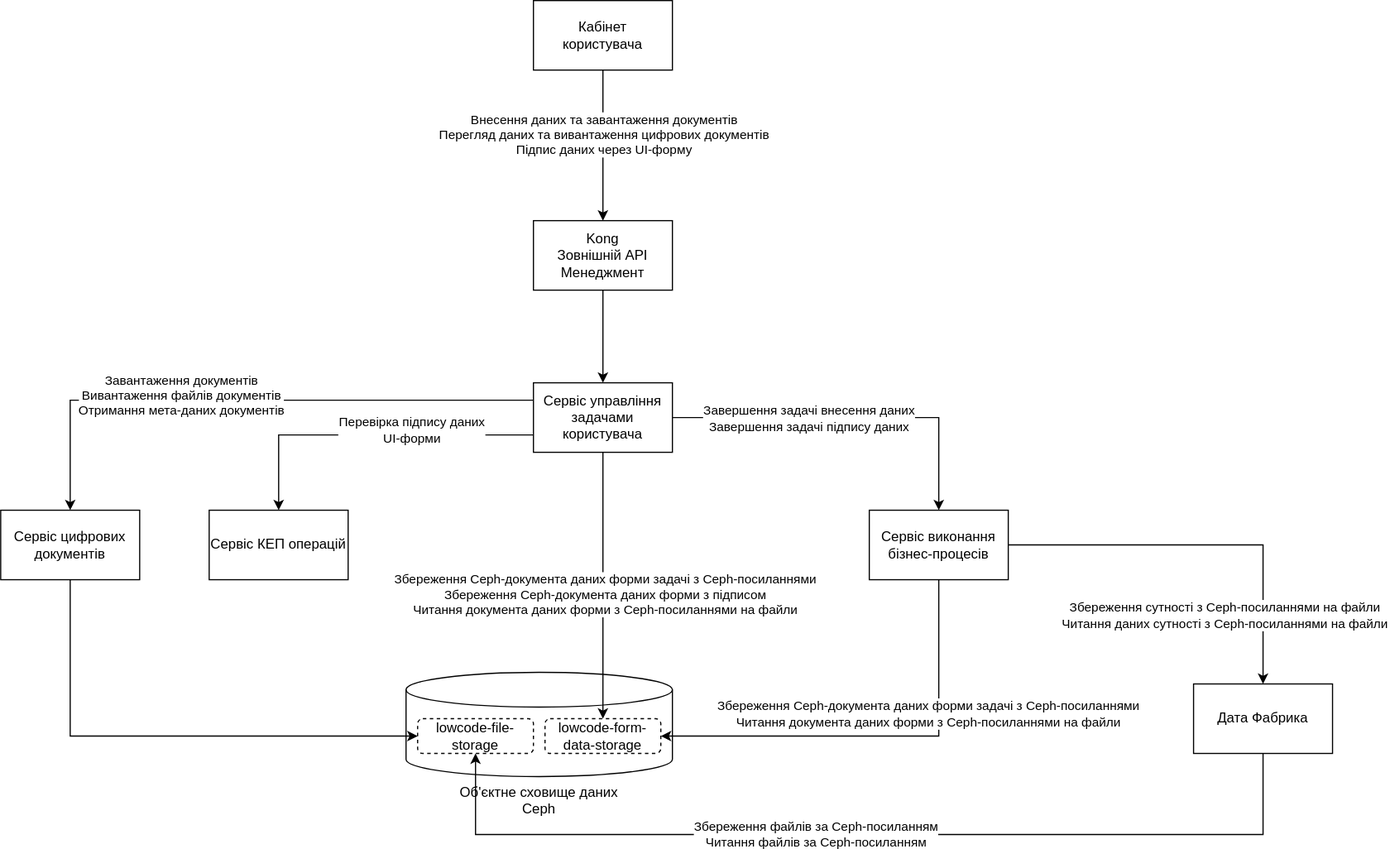
epam/edp-ddm-architecture keeps this draw.io diagram as modules/ROOT/images/lowcode/file-management.svg. Above is the earlier version. Source tidied: cells renumbered, new cells last; positions are measured from the earlier drawing's top-left corner, leaving out a move shared by most shapes.
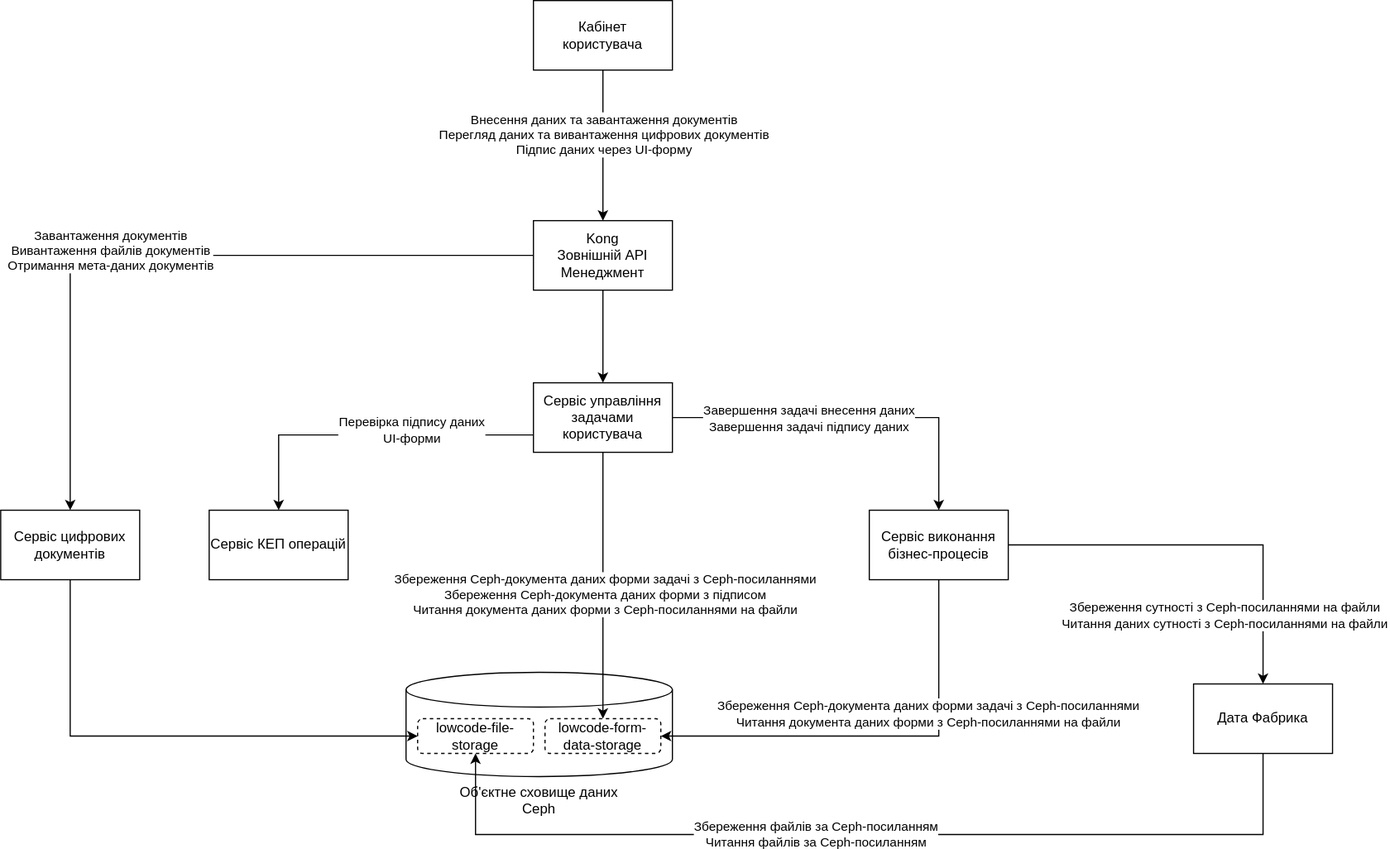
The same file after the commit.

Change to the diagram source:
```diff
@@ -41,7 +41,7 @@
     <mxCell id="12" value="Сервіс цифрових документів" style="rounded=0;whiteSpace=wrap;html=1;fontColor=#000000;" parent="1" vertex="1">
       <mxGeometry y="440" width="120" height="60" as="geometry" />
     </mxCell>
-    <mxCell id="13" style="edgeStyle=orthogonalEdgeStyle;rounded=0;sketch=0;jumpStyle=arc;jumpSize=14;jettySize=auto;html=1;shadow=0;exitX=0;exitY=0.25;exitDx=0;exitDy=0;" parent="1" edge="1" source="21" target="12">
+    <mxCell id="13" style="edgeStyle=orthogonalEdgeStyle;rounded=0;sketch=0;jumpStyle=arc;jumpSize=14;jettySize=auto;html=1;shadow=0;exitX=0;exitY=0.5;exitDx=0;exitDy=0;" parent="1" edge="1" source="6" target="12">
       <mxGeometry relative="1" as="geometry" />
     </mxCell>
     <mxCell id="14" value="Завантаження документів&lt;br&gt;Вивантаження файлів документів&lt;br&gt;Отримання мета-даних документів" style="edgeLabel;html=1;align=center;verticalAlign=middle;" parent="13" vertex="1">
```
